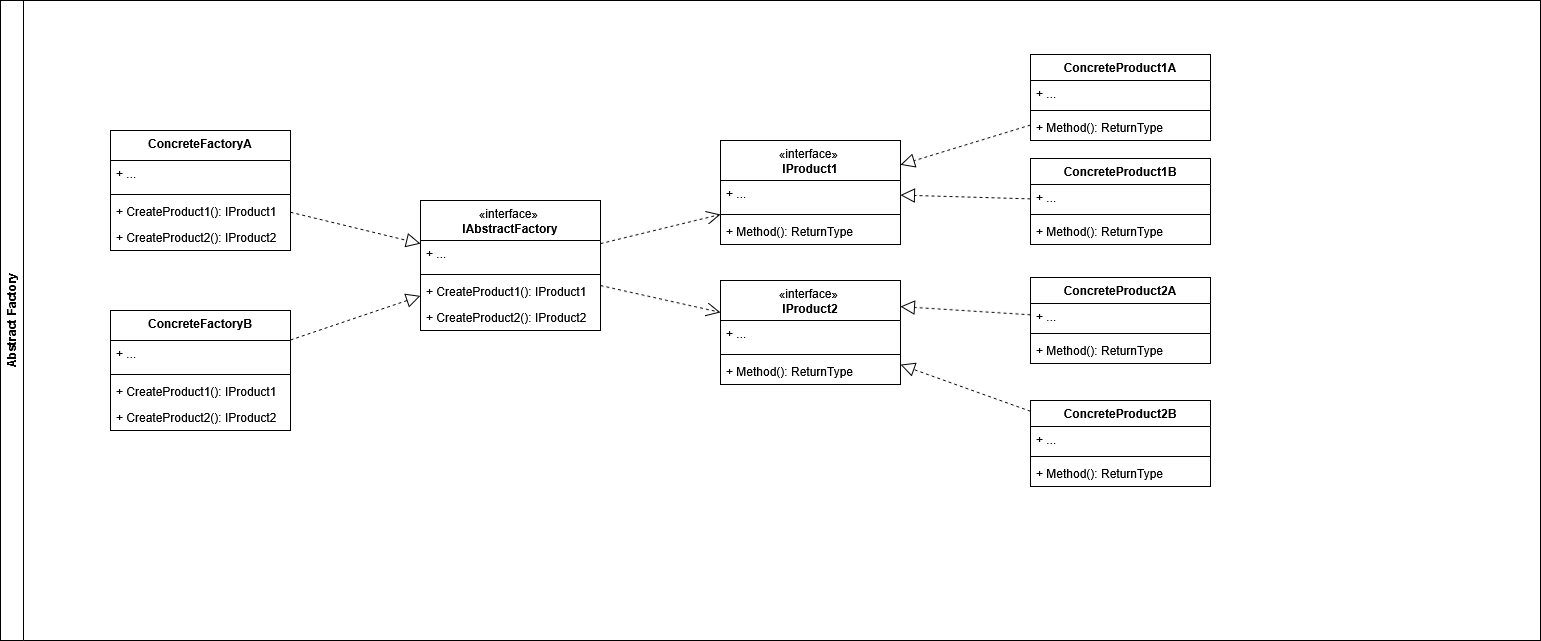
Earlier version of the draw.io export creationals/resources/abstract_factory_components.drawio.png (devgalop/design-patterns-csharp). Source tidied: cells renumbered, new cells last; positions are measured from the earlier drawing's top-left corner, leaving out a move shared by most shapes.
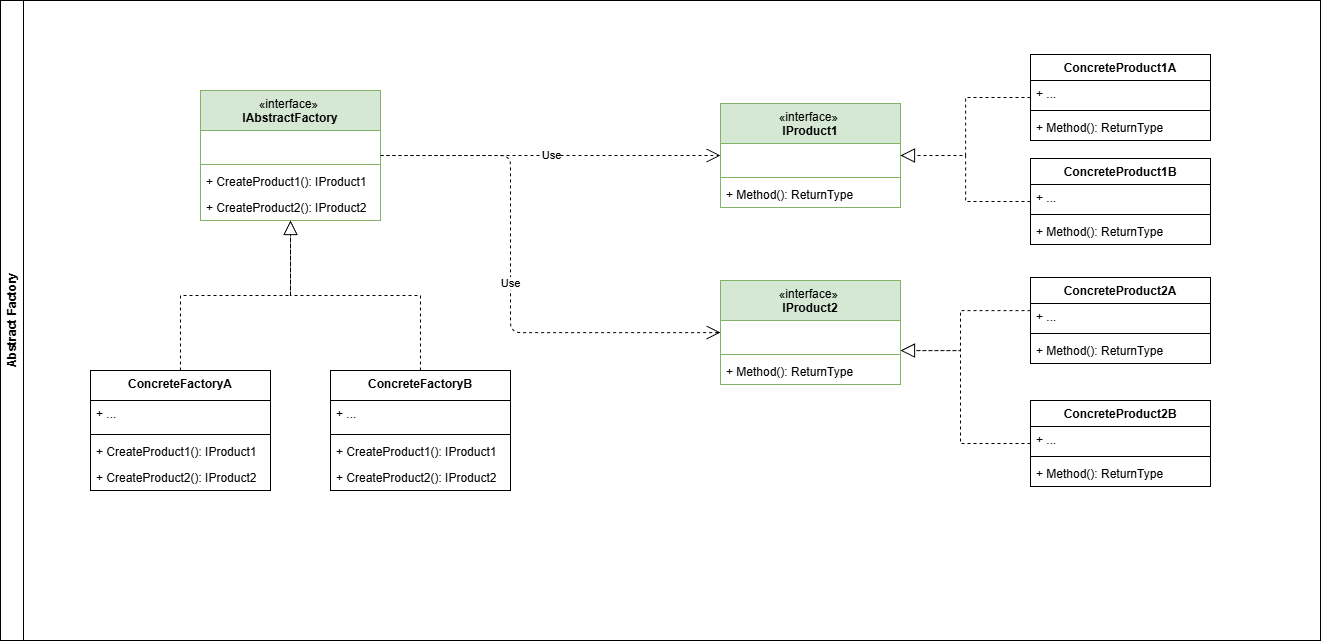
After the change.

Diff of the diagram source:
```diff
@@ -1,14 +1,14 @@
-<mxGraphModel>
+<mxGraphModel background="#ffffff">
   <root>
     <mxCell id="0" />
     <mxCell id="1" parent="0" />
     <mxCell id="2" value="Abstract Factory" style="swimlane;horizontal=0;whiteSpace=wrap;html=1;" parent="1" vertex="1">
-      <mxGeometry width="1540" height="640" as="geometry" />
+      <mxGeometry width="1320" height="640" as="geometry" />
     </mxCell>
-    <mxCell id="3" value="&lt;span style=&quot;font-weight: normal;&quot;&gt;«interface»&amp;nbsp;&lt;br&gt;&lt;b&gt;IProduct1&lt;/b&gt;&lt;/span&gt;" style="swimlane;fontStyle=1;align=center;verticalAlign=top;horizontal=1;startSize=40;whiteSpace=wrap;html=1;" parent="2" vertex="1">
-      <mxGeometry x="720" y="140" width="180" height="104" as="geometry" />
+    <mxCell id="3" value="&lt;span style=&quot;font-weight: normal;&quot;&gt;«interface»&amp;nbsp;&lt;br&gt;&lt;b&gt;IProduct1&lt;/b&gt;&lt;/span&gt;" style="swimlane;fontStyle=1;align=center;verticalAlign=top;horizontal=1;startSize=40;whiteSpace=wrap;html=1;fillColor=#d5e8d4;strokeColor=#82b366;" parent="2" vertex="1">
+      <mxGeometry x="720" y="103" width="180" height="104" as="geometry" />
     </mxCell>
-    <mxCell id="4" value="+ ..." style="text;strokeColor=none;fillColor=none;align=left;verticalAlign=top;spacingLeft=4;spacingRight=4;overflow=hidden;whiteSpace=wrap;html=1;" parent="3" vertex="1">
+    <mxCell id="4" value="&amp;nbsp;" style="text;strokeColor=none;fillColor=none;align=left;verticalAlign=top;spacingLeft=4;spacingRight=4;overflow=hidden;whiteSpace=wrap;html=1;" parent="3" vertex="1">
       <mxGeometry y="40" width="180" height="30" as="geometry" />
     </mxCell>
     <mxCell id="5" style="line;strokeWidth=1;fillColor=none;align=left;verticalAlign=middle;spacingTop=-1;spacingLeft=3;spacingRight=3;labelPosition=right;strokeColor=inherit;" parent="3" vertex="1">
@@ -29,8 +29,13 @@
     <mxCell id="10" value="+ Method(): ReturnType" style="text;strokeColor=none;fillColor=none;align=left;verticalAlign=top;spacingLeft=4;spacingRight=4;overflow=hidden;whiteSpace=wrap;html=1;" parent="7" vertex="1">
       <mxGeometry y="60" width="180" height="26" as="geometry" />
     </mxCell>
-    <mxCell id="11" style="endArrow=block;dashed=1;endFill=0;endSize=12;html=1;rounded=0;entryX=1;entryY=0.25;entryDx=0;entryDy=0;" parent="2" edge="1" source="7" target="40">
-      <mxGeometry relative="1" as="geometry" />
+    <mxCell id="11" style="endArrow=block;dashed=1;endFill=0;endSize=12;html=1;rounded=0;edgeStyle=orthogonalEdgeStyle;" parent="2" edge="1" source="7" target="40">
+      <mxGeometry relative="1" as="geometry">
+        <Array as="points">
+          <mxPoint x="960" y="310" />
+          <mxPoint x="960" y="350" />
+        </Array>
+      </mxGeometry>
     </mxCell>
     <mxCell id="12" value="ConcreteProduct2B" style="swimlane;fontStyle=1;align=center;verticalAlign=top;horizontal=1;startSize=26;whiteSpace=wrap;html=1;" parent="2" vertex="1">
       <mxGeometry x="1030" y="400" width="180" height="86" as="geometry" />
@@ -44,8 +49,13 @@
     <mxCell id="15" value="+ Method(): ReturnType" style="text;strokeColor=none;fillColor=none;align=left;verticalAlign=top;spacingLeft=4;spacingRight=4;overflow=hidden;whiteSpace=wrap;html=1;" parent="12" vertex="1">
       <mxGeometry y="60" width="180" height="26" as="geometry" />
     </mxCell>
-    <mxCell id="16" style="endArrow=block;dashed=1;endFill=0;endSize=12;html=1;rounded=0;" parent="2" edge="1" source="12" target="40">
-      <mxGeometry relative="1" as="geometry" />
+    <mxCell id="16" style="endArrow=block;dashed=1;endFill=0;endSize=12;html=1;rounded=0;edgeStyle=orthogonalEdgeStyle;" parent="2" edge="1" source="12" target="40">
+      <mxGeometry relative="1" as="geometry">
+        <Array as="points">
+          <mxPoint x="960" y="443" />
+          <mxPoint x="960" y="350" />
+        </Array>
+      </mxGeometry>
     </mxCell>
     <mxCell id="17" value="ConcreteProduct1B" style="swimlane;fontStyle=1;align=center;verticalAlign=top;horizontal=1;startSize=26;whiteSpace=wrap;html=1;" parent="2" vertex="1">
       <mxGeometry x="1030" y="158" width="180" height="86" as="geometry" />
@@ -59,7 +69,7 @@
     <mxCell id="20" value="+ Method(): ReturnType" style="text;strokeColor=none;fillColor=none;align=left;verticalAlign=top;spacingLeft=4;spacingRight=4;overflow=hidden;whiteSpace=wrap;html=1;" parent="17" vertex="1">
       <mxGeometry y="60" width="180" height="26" as="geometry" />
     </mxCell>
-    <mxCell id="21" style="endArrow=block;dashed=1;endFill=0;endSize=12;html=1;rounded=0;" parent="2" edge="1" source="17" target="3">
+    <mxCell id="21" style="endArrow=block;dashed=1;endFill=0;endSize=12;html=1;rounded=0;edgeStyle=orthogonalEdgeStyle;" parent="2" edge="1" source="17" target="3">
       <mxGeometry relative="1" as="geometry" />
     </mxCell>
     <mxCell id="22" value="ConcreteProduct1A" style="swimlane;fontStyle=1;align=center;verticalAlign=top;horizontal=1;startSize=26;whiteSpace=wrap;html=1;" parent="2" vertex="1">
@@ -74,11 +84,11 @@
     <mxCell id="25" value="+ Method(): ReturnType" style="text;strokeColor=none;fillColor=none;align=left;verticalAlign=top;spacingLeft=4;spacingRight=4;overflow=hidden;whiteSpace=wrap;html=1;" parent="22" vertex="1">
       <mxGeometry y="60" width="180" height="26" as="geometry" />
     </mxCell>
-    <mxCell id="26" style="endArrow=block;dashed=1;endFill=0;endSize=12;html=1;rounded=0;" parent="2" edge="1" source="22" target="3">
+    <mxCell id="26" style="endArrow=block;dashed=1;endFill=0;endSize=12;html=1;rounded=0;edgeStyle=orthogonalEdgeStyle;" parent="2" edge="1" source="22" target="3">
       <mxGeometry relative="1" as="geometry" />
     </mxCell>
     <mxCell id="27" value="ConcreteFactoryA" style="swimlane;fontStyle=1;align=center;verticalAlign=top;horizontal=1;startSize=30;whiteSpace=wrap;html=1;" parent="2" vertex="1">
-      <mxGeometry x="110" y="130" width="180" height="120" as="geometry" />
+      <mxGeometry x="90" y="370" width="180" height="120" as="geometry" />
     </mxCell>
     <mxCell id="28" value="+ ..." style="text;strokeColor=none;fillColor=none;align=left;verticalAlign=top;spacingLeft=4;spacingRight=4;overflow=hidden;whiteSpace=wrap;html=1;" parent="27" vertex="1">
       <mxGeometry y="30" width="180" height="30" as="geometry" />
@@ -92,10 +102,10 @@
     <mxCell id="31" value="+ CreateProduct2(): IProduct2" style="text;strokeColor=none;fillColor=none;align=left;verticalAlign=top;spacingLeft=4;spacingRight=4;overflow=hidden;whiteSpace=wrap;html=1;" parent="27" vertex="1">
       <mxGeometry y="94" width="180" height="26" as="geometry" />
     </mxCell>
-    <mxCell id="32" value="&lt;span style=&quot;font-weight: normal;&quot;&gt;«interface»&amp;nbsp;&lt;br&gt;&lt;b&gt;IAbstractFactory&lt;/b&gt;&lt;/span&gt;" style="swimlane;fontStyle=1;align=center;verticalAlign=top;horizontal=1;startSize=40;whiteSpace=wrap;html=1;" parent="2" vertex="1">
-      <mxGeometry x="420" y="200" width="180" height="130" as="geometry" />
+    <mxCell id="32" value="&lt;span style=&quot;font-weight: normal;&quot;&gt;«interface»&amp;nbsp;&lt;br&gt;&lt;b&gt;IAbstractFactory&lt;/b&gt;&lt;/span&gt;" style="swimlane;fontStyle=1;align=center;verticalAlign=top;horizontal=1;startSize=40;whiteSpace=wrap;html=1;fillColor=#d5e8d4;strokeColor=#82b366;" parent="2" vertex="1">
+      <mxGeometry x="200" y="90" width="180" height="130" as="geometry" />
     </mxCell>
-    <mxCell id="33" value="+ ..." style="text;strokeColor=none;fillColor=none;align=left;verticalAlign=top;spacingLeft=4;spacingRight=4;overflow=hidden;whiteSpace=wrap;html=1;" parent="32" vertex="1">
+    <mxCell id="33" value="&amp;nbsp;" style="text;strokeColor=none;fillColor=none;align=left;verticalAlign=top;spacingLeft=4;spacingRight=4;overflow=hidden;whiteSpace=wrap;html=1;" parent="32" vertex="1">
       <mxGeometry y="40" width="180" height="30" as="geometry" />
     </mxCell>
     <mxCell id="34" style="line;strokeWidth=1;fillColor=none;align=left;verticalAlign=middle;spacingTop=-1;spacingLeft=3;spacingRight=3;labelPosition=right;strokeColor=inherit;" parent="32" vertex="1">
@@ -107,19 +117,16 @@
     <mxCell id="36" value="+ CreateProduct2(): IProduct2" style="text;strokeColor=none;fillColor=none;align=left;verticalAlign=top;spacingLeft=4;spacingRight=4;overflow=hidden;whiteSpace=wrap;html=1;" parent="32" vertex="1">
       <mxGeometry y="104" width="180" height="26" as="geometry" />
     </mxCell>
-    <mxCell id="37" style="endArrow=block;dashed=1;endFill=0;endSize=12;html=1;rounded=0;" parent="2" edge="1" source="27" target="32">
+    <mxCell id="37" style="endArrow=block;dashed=1;endFill=0;endSize=12;html=1;rounded=0;edgeStyle=orthogonalEdgeStyle;" parent="2" edge="1" source="27" target="32">
       <mxGeometry relative="1" as="geometry" />
     </mxCell>
-    <mxCell id="38" style="endArrow=block;dashed=1;endFill=0;endSize=12;html=1;rounded=0;" parent="2" edge="1" source="45" target="32">
+    <mxCell id="38" style="endArrow=block;dashed=1;endFill=0;endSize=12;html=1;rounded=0;edgeStyle=orthogonalEdgeStyle;" parent="2" edge="1" source="45" target="32">
       <mxGeometry relative="1" as="geometry" />
     </mxCell>
-    <mxCell id="39" style="endArrow=open;endSize=12;dashed=1;html=1;rounded=0;" parent="2" edge="1" source="32" target="3">
-      <mxGeometry relative="1" as="geometry" />
-    </mxCell>
-    <mxCell id="40" value="&lt;span style=&quot;font-weight: normal;&quot;&gt;«interface»&amp;nbsp;&lt;br&gt;&lt;b&gt;IProduct2&lt;/b&gt;&lt;/span&gt;" style="swimlane;fontStyle=1;align=center;verticalAlign=top;horizontal=1;startSize=40;whiteSpace=wrap;html=1;" parent="2" vertex="1">
+    <mxCell id="40" value="&lt;span style=&quot;font-weight: normal;&quot;&gt;«interface»&amp;nbsp;&lt;br&gt;&lt;b&gt;IProduct2&lt;/b&gt;&lt;/span&gt;" style="swimlane;fontStyle=1;align=center;verticalAlign=top;horizontal=1;startSize=40;whiteSpace=wrap;html=1;fillColor=#d5e8d4;strokeColor=#82b366;" parent="2" vertex="1">
       <mxGeometry x="720" y="280" width="180" height="104" as="geometry" />
     </mxCell>
-    <mxCell id="41" value="+ ..." style="text;strokeColor=none;fillColor=none;align=left;verticalAlign=top;spacingLeft=4;spacingRight=4;overflow=hidden;whiteSpace=wrap;html=1;" parent="40" vertex="1">
+    <mxCell id="41" value="&amp;nbsp;" style="text;strokeColor=none;fillColor=none;align=left;verticalAlign=top;spacingLeft=4;spacingRight=4;overflow=hidden;whiteSpace=wrap;html=1;" parent="40" vertex="1">
       <mxGeometry y="40" width="180" height="30" as="geometry" />
     </mxCell>
     <mxCell id="42" style="line;strokeWidth=1;fillColor=none;align=left;verticalAlign=middle;spacingTop=-1;spacingLeft=3;spacingRight=3;labelPosition=right;strokeColor=inherit;" parent="40" vertex="1">
@@ -128,11 +135,8 @@
     <mxCell id="43" value="+ Method(): ReturnType" style="text;strokeColor=none;fillColor=none;align=left;verticalAlign=top;spacingLeft=4;spacingRight=4;overflow=hidden;whiteSpace=wrap;html=1;" parent="40" vertex="1">
       <mxGeometry y="78" width="180" height="26" as="geometry" />
     </mxCell>
-    <mxCell id="44" style="endArrow=open;endSize=12;dashed=1;html=1;rounded=0;" parent="2" edge="1" source="32" target="40">
-      <mxGeometry relative="1" as="geometry" />
-    </mxCell>
     <mxCell id="45" value="ConcreteFactoryB" style="swimlane;fontStyle=1;align=center;verticalAlign=top;horizontal=1;startSize=30;whiteSpace=wrap;html=1;" parent="2" vertex="1">
-      <mxGeometry x="110" y="310" width="180" height="120" as="geometry" />
+      <mxGeometry x="330" y="370" width="180" height="120" as="geometry" />
     </mxCell>
     <mxCell id="46" value="+ ..." style="text;strokeColor=none;fillColor=none;align=left;verticalAlign=top;spacingLeft=4;spacingRight=4;overflow=hidden;whiteSpace=wrap;html=1;" parent="45" vertex="1">
       <mxGeometry y="30" width="180" height="30" as="geometry" />
@@ -146,5 +150,16 @@
     <mxCell id="49" value="+ CreateProduct2(): IProduct2" style="text;strokeColor=none;fillColor=none;align=left;verticalAlign=top;spacingLeft=4;spacingRight=4;overflow=hidden;whiteSpace=wrap;html=1;" parent="45" vertex="1">
       <mxGeometry y="94" width="180" height="26" as="geometry" />
     </mxCell>
+    <mxCell id="39" value="Use" style="endArrow=open;endSize=12;dashed=1;html=1;" parent="2" edge="1" source="32" target="3">
+      <mxGeometry relative="1" as="geometry" />
+    </mxCell>
+    <mxCell id="44" value="Use" style="endArrow=open;endSize=12;dashed=1;html=1;edgeStyle=orthogonalEdgeStyle;" parent="2" edge="1" source="32" target="40">
+      <mxGeometry relative="1" as="geometry">
+        <Array as="points">
+          <mxPoint x="510" y="155" />
+          <mxPoint x="510" y="332" />
+        </Array>
+      </mxGeometry>
+    </mxCell>
   </root>
 </mxGraphModel>
```
